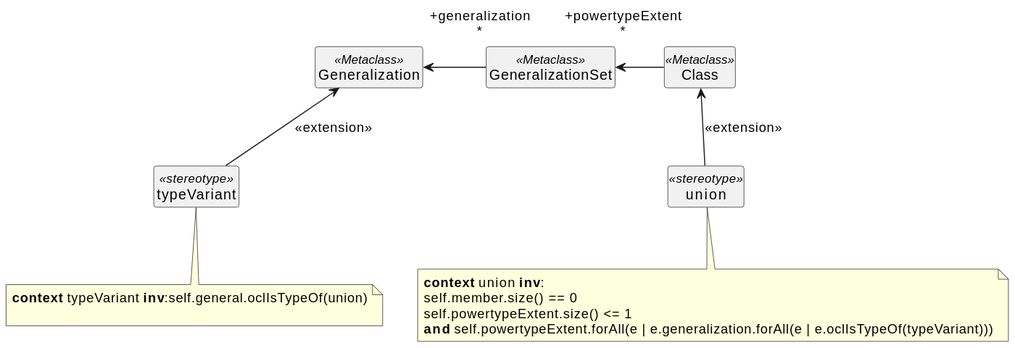
Above: docs/uml-profile-union.svg in sdm-lang/tree-sitter-sdml (PlantUML), before the change.
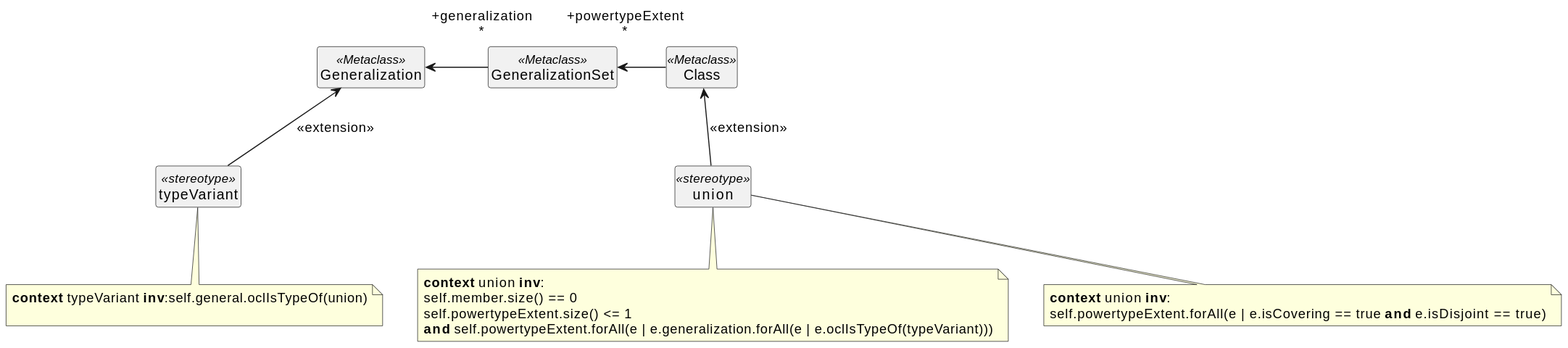
The same diagram one commit later.

Diff of the diagram source:
```diff
@@ -19,4 +19,7 @@
 
 note "**context** union **inv**:\nself.member.size() == 0\nself.powertypeExtent.size() <= 1 \n**and** self.powertypeExtent.forAll(e | e.generalization.forAll(e | e.oclIsTypeOf(typeVariant)))" as n1
 union .. n1
+
+note "**context** union **inv**:\nself.powertypeExtent.forAll(e | e.isCovering == true **and** e.isDisjoint == true)" as n3
+union .. n3
 @enduml
```
